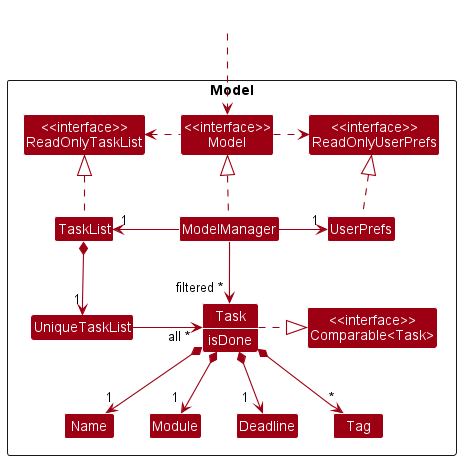
Above: docs/images/ModelClassDiagram.png in nus-cs2103-AY2223S1/tp (PlantUML), before the change.
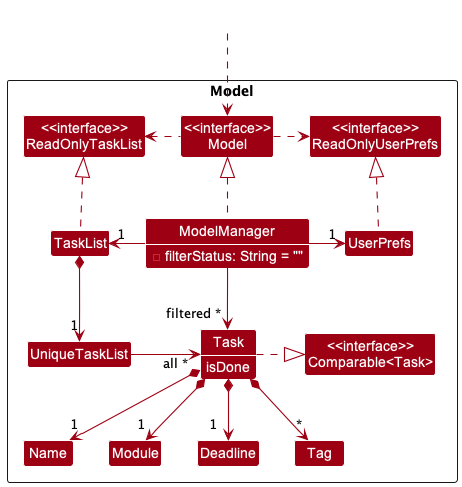
After the change.

What changed in the source:
```diff
@@ -13,7 +13,9 @@
     Class "<<interface>>\nReadOnlyUserPrefs" as ReadOnlyUserPrefs
     Class "<<interface>>\nModel" as Model
     Class TaskList
-    Class ModelManager
+    Class ModelManager {
+        -filterStatus: String = ""
+    }
     Class UserPrefs
     Class UniqueTaskList
     Class Task {
```
